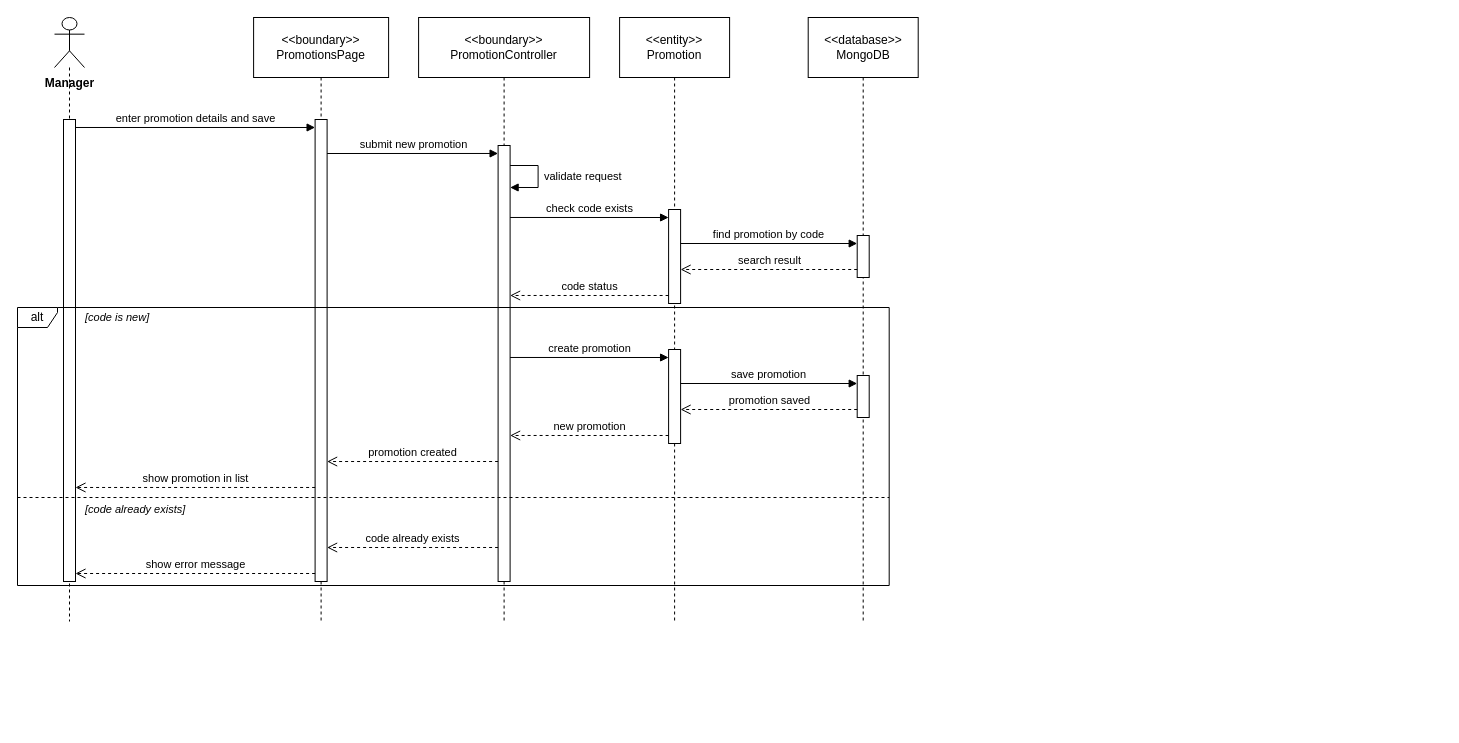
This is final/diagrams/M1_Inventory-And-Pricing_Diagrams/sequence_diagrams/SD-03_UC-M20_CreatePromotionCode.drawio from toikobi401/SWD392, a draw.io file, before an edit. Source tidied: cells renumbered, new cells numbered last; positions are measured from the earlier drawing's top-left corner, leaving out a move shared by most shapes. Both pictures are drawn from the tidied source at 100%, with x=0, y=0 at pixel (17, 17).
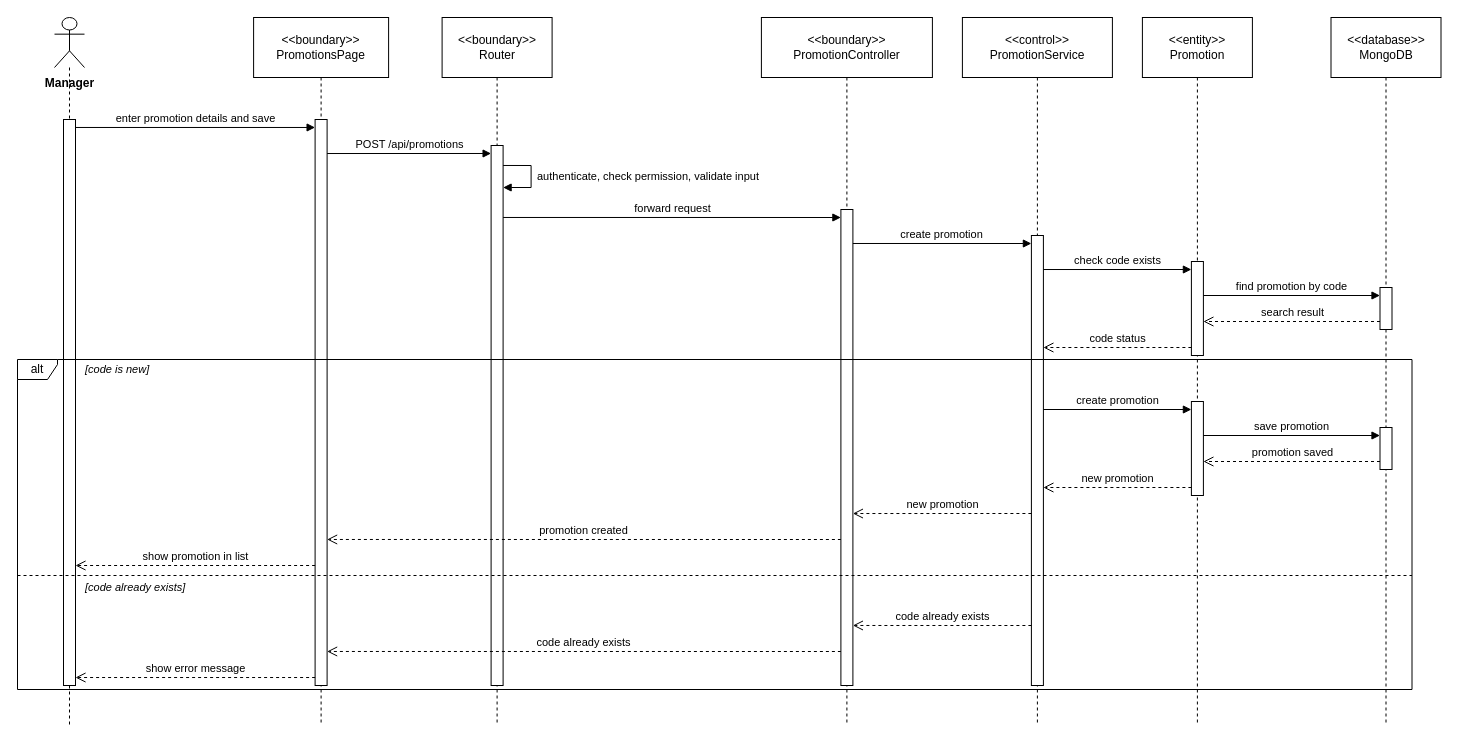
The same diagram, later.

The edit, as a diff of the source:
```diff
@@
     <mxCell id="2" value="Manager" style="shape=umlLifeline;participant=umlActor;perimeter=lifelinePerimeter;whiteSpace=nowrap;html=1;verticalAlign=top;spacingTop=52;size=50;fontStyle=1;" parent="1" vertex="1">
-      <mxGeometry x="37" width="30" height="604" as="geometry" />
+      <mxGeometry x="37" width="30" height="708" as="geometry" />
     </mxCell>
     <mxCell id="3" value="&amp;lt;&amp;lt;boundary&amp;gt;&amp;gt;&lt;br&gt;PromotionsPage" style="shape=umlLifeline;perimeter=lifelinePerimeter;whiteSpace=wrap;html=1;size=60;" parent="1" vertex="1">
-      <mxGeometry x="236.1" width="135" height="604" as="geometry" />
+      <mxGeometry x="236.1" width="135" height="708" as="geometry" />
     </mxCell>
+    <mxCell id="33" value="&amp;lt;&amp;lt;boundary&amp;gt;&amp;gt;&lt;br&gt;Router" style="shape=umlLifeline;perimeter=lifelinePerimeter;whiteSpace=wrap;html=1;size=60;" parent="1" vertex="1">
+      <mxGeometry x="424.6" width="110" height="708" as="geometry" />
+    </mxCell>
     <mxCell id="4" value="&amp;lt;&amp;lt;boundary&amp;gt;&amp;gt;&lt;br&gt;PromotionController" style="shape=umlLifeline;perimeter=lifelinePerimeter;whiteSpace=wrap;html=1;size=60;" parent="1" vertex="1">
-      <mxGeometry x="401.1" width="171" height="604" as="geometry" />
+      <mxGeometry x="743.9" width="171" height="708" as="geometry" />
     </mxCell>
+    <mxCell id="34" value="&amp;lt;&amp;lt;control&amp;gt;&amp;gt;&lt;br&gt;PromotionService" style="shape=umlLifeline;perimeter=lifelinePerimeter;whiteSpace=wrap;html=1;size=60;" parent="1" vertex="1">
+      <mxGeometry x="944.9" width="150" height="708" as="geometry" />
+    </mxCell>
     <mxCell id="5" value="&amp;lt;&amp;lt;entity&amp;gt;&amp;gt;&lt;br&gt;Promotion" style="shape=umlLifeline;perimeter=lifelinePerimeter;whiteSpace=wrap;html=1;size=60;" parent="1" vertex="1">
-      <mxGeometry x="602.1" width="110" height="604" as="geometry" />
+      <mxGeometry x="1124.9" width="110" height="708" as="geometry" />
     </mxCell>
     <mxCell id="6" value="&amp;lt;&amp;lt;database&amp;gt;&amp;gt;&lt;br&gt;MongoDB" style="shape=umlLifeline;perimeter=lifelinePerimeter;whiteSpace=wrap;html=1;size=60;" parent="1" vertex="1">
-      <mxGeometry x="790.7" width="110" height="604" as="geometry" />
+      <mxGeometry x="1313.5" width="110" height="708" as="geometry" />
     </mxCell>
     <mxCell id="7" style="html=1;points=[];perimeter=orthogonalPerimeter;outlineConnect=0;targetShapes=umlLifeline;portConstraint=eastwest;" parent="6" vertex="1">
-      <mxGeometry x="49" y="218" width="12" height="42" as="geometry" />
+      <mxGeometry x="49" y="270" width="12" height="42" as="geometry" />
     </mxCell>
     <mxCell id="8" style="html=1;points=[];perimeter=orthogonalPerimeter;outlineConnect=0;targetShapes=umlLifeline;portConstraint=eastwest;" parent="5" vertex="1">
-      <mxGeometry x="49" y="192" width="12" height="94" as="geometry" />
+      <mxGeometry x="49" y="244" width="12" height="94" as="geometry" />
     </mxCell>
     <mxCell id="9" style="html=1;points=[];perimeter=orthogonalPerimeter;outlineConnect=0;targetShapes=umlLifeline;portConstraint=eastwest;" parent="6" vertex="1">
-      <mxGeometry x="49" y="358" width="12" height="42" as="geometry" />
+      <mxGeometry x="49" y="410" width="12" height="42" as="geometry" />
     </mxCell>
     <mxCell id="10" style="html=1;points=[];perimeter=orthogonalPerimeter;outlineConnect=0;targetShapes=umlLifeline;portConstraint=eastwest;" parent="5" vertex="1">
-      <mxGeometry x="49" y="332" width="12" height="94" as="geometry" />
+      <mxGeometry x="49" y="384" width="12" height="94" as="geometry" />
     </mxCell>
-    <mxCell id="11" style="html=1;points=[];perimeter=orthogonalPerimeter;outlineConnect=0;targetShapes=umlLifeline;portConstraint=eastwest;" parent="4" vertex="1">
-      <mxGeometry x="79.5" y="128" width="12" height="436" as="geometry" />
-    </mxCell>
-    <mxCell id="12" style="html=1;points=[];perimeter=orthogonalPerimeter;outlineConnect=0;targetShapes=umlLifeline;portConstraint=eastwest;" parent="3" vertex="1">
-      <mxGeometry x="61.5" y="102" width="12" height="462" as="geometry" />
-    </mxCell>
-    <mxCell id="13" style="html=1;points=[];perimeter=orthogonalPerimeter;outlineConnect=0;targetShapes=umlLifeline;portConstraint=eastwest;" parent="2" vertex="1">
-      <mxGeometry x="9" y="102" width="12" height="462" as="geometry" />
-    </mxCell>
+    <mxCell id="35" style="html=1;points=[];perimeter=orthogonalPerimeter;outlineConnect=0;targetShapes=umlLifeline;portConstraint=eastwest;" parent="34" vertex="1">
+      <mxGeometry x="69" y="218" width="12" height="450" as="geometry" />
+    </mxCell>
+    <mxCell id="36" style="html=1;points=[];perimeter=orthogonalPerimeter;outlineConnect=0;targetShapes=umlLifeline;portConstraint=eastwest;" parent="4" vertex="1">
+      <mxGeometry x="79.5" y="192" width="12" height="476" as="geometry" />
+    </mxCell>
+    <mxCell id="37" style="html=1;points=[];perimeter=orthogonalPerimeter;outlineConnect=0;targetShapes=umlLifeline;portConstraint=eastwest;" parent="33" vertex="1">
+      <mxGeometry x="49" y="128" width="12" height="540" as="geometry" />
+    </mxCell>
+    <mxCell id="38" style="html=1;points=[];perimeter=orthogonalPerimeter;outlineConnect=0;targetShapes=umlLifeline;portConstraint=eastwest;" parent="3" vertex="1">
+      <mxGeometry x="61.5" y="102" width="12" height="566" as="geometry" />
+    </mxCell>
+    <mxCell id="39" style="html=1;points=[];perimeter=orthogonalPerimeter;outlineConnect=0;targetShapes=umlLifeline;portConstraint=eastwest;" parent="2" vertex="1">
+      <mxGeometry x="9" y="102" width="12" height="566" as="geometry" />
+    </mxCell>
     <mxCell id="14" value="alt" style="shape=umlFrame;whiteSpace=wrap;html=1;width=40;height=20;" parent="1" vertex="1">
-      <mxGeometry y="290" width="871.7" height="278" as="geometry" />
+      <mxGeometry y="342" width="1394.5" height="330" as="geometry" />
     </mxCell>
     <mxCell id="15" style="endArrow=none;dashed=1;html=1;rounded=0;" parent="1" edge="1">
       <mxGeometry relative="1" as="geometry">
-        <mxPoint y="480" as="sourcePoint" />
-        <mxPoint x="871.7" y="480" as="targetPoint" />
+        <mxPoint y="558" as="sourcePoint" />
+        <mxPoint x="1394.5" y="558" as="targetPoint" />
       </mxGeometry>
     </mxCell>
     <mxCell id="16" value="[code is new]" style="text;html=1;align=left;verticalAlign=middle;whiteSpace=nowrap;fontSize=11;fontStyle=2;labelBackgroundColor=#ffffff;" parent="1" vertex="1">
-      <mxGeometry x="66" y="290" width="81.3" height="20" as="geometry" />
+      <mxGeometry x="66" y="342" width="81.3" height="20" as="geometry" />
     </mxCell>
     <mxCell id="17" value="[code already exists]" style="text;html=1;align=left;verticalAlign=middle;whiteSpace=nowrap;fontSize=11;fontStyle=2;labelBackgroundColor=#ffffff;" parent="1" vertex="1">
-      <mxGeometry x="66" y="482" width="131.7" height="20" as="geometry" />
+      <mxGeometry x="66" y="560" width="131.7" height="20" as="geometry" />
     </mxCell>
-    <mxCell id="18" value="enter promotion details and save" style="html=1;verticalAlign=bottom;rounded=0;fontSize=11;endArrow=block;endFill=1;exitX=1;exitY=0.0173;exitDx=0;exitDy=0;exitPerimeter=0;entryX=0;entryY=0.0173;entryDx=0;entryDy=0;entryPerimeter=0;" parent="1" edge="1" source="13" target="12">
+    <mxCell id="18" value="enter promotion details and save" style="html=1;verticalAlign=bottom;rounded=0;fontSize=11;endArrow=block;endFill=1;exitX=1;exitY=0.0141;exitDx=0;exitDy=0;exitPerimeter=0;entryX=0;entryY=0.0141;entryDx=0;entryDy=0;entryPerimeter=0;" parent="1" edge="1" source="39" target="38">
       <mxGeometry relative="1" as="geometry" />
     </mxCell>
-    <mxCell id="19" value="submit new promotion" style="html=1;verticalAlign=bottom;rounded=0;fontSize=11;endArrow=block;endFill=1;exitX=1;exitY=0.0736;exitDx=0;exitDy=0;exitPerimeter=0;entryX=0;entryY=0.0183;entryDx=0;entryDy=0;entryPerimeter=0;" parent="1" edge="1" source="12" target="11">
+    <mxCell id="19" value="POST /api/promotions" style="html=1;verticalAlign=bottom;rounded=0;fontSize=11;endArrow=block;endFill=1;exitX=1;exitY=0.0601;exitDx=0;exitDy=0;exitPerimeter=0;entryX=0;entryY=0.0148;entryDx=0;entryDy=0;entryPerimeter=0;" parent="1" edge="1" source="38" target="37">
       <mxGeometry relative="1" as="geometry" />
     </mxCell>
-    <mxCell id="20" value="validate request" style="html=1;align=left;spacingLeft=4;verticalAlign=middle;endArrow=block;endFill=1;rounded=0;fontSize=11;exitX=1;exitY=0.0459;exitDx=0;exitDy=0;exitPerimeter=0;entryX=1;entryY=0.0963;entryDx=0;entryDy=0;entryPerimeter=0;" parent="1" edge="1" source="11" target="11">
+    <mxCell id="20" value="authenticate, check permission, validate input" style="html=1;align=left;spacingLeft=4;verticalAlign=middle;endArrow=block;endFill=1;rounded=0;fontSize=11;exitX=1;exitY=0.037;exitDx=0;exitDy=0;exitPerimeter=0;entryX=1;entryY=0.0778;entryDx=0;entryDy=0;entryPerimeter=0;" parent="1" edge="1" source="37" target="37">
       <mxGeometry relative="1" as="geometry">
         <Array as="points">
-          <mxPoint x="520.6" y="148" />
-          <mxPoint x="520.6" y="170" />
+          <mxPoint x="513.6" y="148" />
+          <mxPoint x="513.6" y="170" />
         </Array>
       </mxGeometry>
     </mxCell>
-    <mxCell id="21" value="check code exists" style="html=1;verticalAlign=bottom;rounded=0;fontSize=11;endArrow=block;endFill=1;exitX=1;exitY=0.1651;exitDx=0;exitDy=0;exitPerimeter=0;entryX=0;entryY=0.0851;entryDx=0;entryDy=0;entryPerimeter=0;" parent="1" edge="1" source="11" target="8">
+    <mxCell id="21" value="forward request" style="html=1;verticalAlign=bottom;rounded=0;fontSize=11;endArrow=block;endFill=1;exitX=1;exitY=0.1333;exitDx=0;exitDy=0;exitPerimeter=0;entryX=0;entryY=0.0168;entryDx=0;entryDy=0;entryPerimeter=0;" parent="1" edge="1" source="37" target="36">
       <mxGeometry relative="1" as="geometry" />
     </mxCell>
-    <mxCell id="22" value="find promotion by code" style="html=1;verticalAlign=bottom;rounded=0;fontSize=11;endArrow=block;endFill=1;exitX=1;exitY=0.3617;exitDx=0;exitDy=0;exitPerimeter=0;entryX=0;entryY=0.1905;entryDx=0;entryDy=0;entryPerimeter=0;" parent="1" edge="1" source="8" target="7">
+    <mxCell id="22" value="create promotion" style="html=1;verticalAlign=bottom;rounded=0;fontSize=11;endArrow=block;endFill=1;exitX=1;exitY=0.0714;exitDx=0;exitDy=0;exitPerimeter=0;entryX=0;entryY=0.0178;entryDx=0;entryDy=0;entryPerimeter=0;" parent="1" edge="1" source="36" target="35">
       <mxGeometry relative="1" as="geometry" />
     </mxCell>
-    <mxCell id="23" value="search result" style="html=1;verticalAlign=bottom;rounded=0;fontSize=11;dashed=1;endArrow=open;endSize=8;exitX=0;exitY=0.8095;exitDx=0;exitDy=0;exitPerimeter=0;entryX=1;entryY=0.6383;entryDx=0;entryDy=0;entryPerimeter=0;" parent="1" edge="1" source="7" target="8">
+    <mxCell id="23" value="check code exists" style="html=1;verticalAlign=bottom;rounded=0;fontSize=11;endArrow=block;endFill=1;exitX=1;exitY=0.0756;exitDx=0;exitDy=0;exitPerimeter=0;entryX=0;entryY=0.0851;entryDx=0;entryDy=0;entryPerimeter=0;" parent="1" edge="1" source="35" target="8">
       <mxGeometry relative="1" as="geometry" />
     </mxCell>
-    <mxCell id="24" value="code status" style="html=1;verticalAlign=bottom;rounded=0;fontSize=11;dashed=1;endArrow=open;endSize=8;exitX=0;exitY=0.9149;exitDx=0;exitDy=0;exitPerimeter=0;entryX=1;entryY=0.344;entryDx=0;entryDy=0;entryPerimeter=0;" parent="1" edge="1" source="8" target="11">
+    <mxCell id="24" value="find promotion by code" style="html=1;verticalAlign=bottom;rounded=0;fontSize=11;endArrow=block;endFill=1;exitX=1;exitY=0.3617;exitDx=0;exitDy=0;exitPerimeter=0;entryX=0;entryY=0.1905;entryDx=0;entryDy=0;entryPerimeter=0;" parent="1" edge="1" source="8" target="7">
       <mxGeometry relative="1" as="geometry" />
     </mxCell>
-    <mxCell id="25" value="create promotion" style="html=1;verticalAlign=bottom;rounded=0;fontSize=11;endArrow=block;endFill=1;exitX=1;exitY=0.4862;exitDx=0;exitDy=0;exitPerimeter=0;entryX=0;entryY=0.0851;entryDx=0;entryDy=0;entryPerimeter=0;" parent="1" edge="1" source="11" target="10">
+    <mxCell id="25" value="search result" style="html=1;verticalAlign=bottom;rounded=0;fontSize=11;dashed=1;endArrow=open;endSize=8;exitX=0;exitY=0.8095;exitDx=0;exitDy=0;exitPerimeter=0;entryX=1;entryY=0.6383;entryDx=0;entryDy=0;entryPerimeter=0;" parent="1" edge="1" source="7" target="8">
       <mxGeometry relative="1" as="geometry" />
     </mxCell>
-    <mxCell id="26" value="save promotion" style="html=1;verticalAlign=bottom;rounded=0;fontSize=11;endArrow=block;endFill=1;exitX=1;exitY=0.3617;exitDx=0;exitDy=0;exitPerimeter=0;entryX=0;entryY=0.1905;entryDx=0;entryDy=0;entryPerimeter=0;" parent="1" edge="1" source="10" target="9">
+    <mxCell id="26" value="code status" style="html=1;verticalAlign=bottom;rounded=0;fontSize=11;dashed=1;endArrow=open;endSize=8;exitX=0;exitY=0.9149;exitDx=0;exitDy=0;exitPerimeter=0;entryX=1;entryY=0.2489;entryDx=0;entryDy=0;entryPerimeter=0;" parent="1" edge="1" source="8" target="35">
       <mxGeometry relative="1" as="geometry" />
     </mxCell>
-    <mxCell id="27" value="promotion saved" style="html=1;verticalAlign=bottom;rounded=0;fontSize=11;dashed=1;endArrow=open;endSize=8;exitX=0;exitY=0.8095;exitDx=0;exitDy=0;exitPerimeter=0;entryX=1;entryY=0.6383;entryDx=0;entryDy=0;entryPerimeter=0;" parent="1" edge="1" source="9" target="10">
+    <mxCell id="27" value="create promotion" style="html=1;verticalAlign=bottom;rounded=0;fontSize=11;endArrow=block;endFill=1;exitX=1;exitY=0.3867;exitDx=0;exitDy=0;exitPerimeter=0;entryX=0;entryY=0.0851;entryDx=0;entryDy=0;entryPerimeter=0;" parent="1" edge="1" source="35" target="10">
       <mxGeometry relative="1" as="geometry" />
     </mxCell>
-    <mxCell id="28" value="new promotion" style="html=1;verticalAlign=bottom;rounded=0;fontSize=11;dashed=1;endArrow=open;endSize=8;exitX=0;exitY=0.9149;exitDx=0;exitDy=0;exitPerimeter=0;entryX=1;entryY=0.6651;entryDx=0;entryDy=0;entryPerimeter=0;" parent="1" edge="1" source="10" target="11">
+    <mxCell id="28" value="save promotion" style="html=1;verticalAlign=bottom;rounded=0;fontSize=11;endArrow=block;endFill=1;exitX=1;exitY=0.3617;exitDx=0;exitDy=0;exitPerimeter=0;entryX=0;entryY=0.1905;entryDx=0;entryDy=0;entryPerimeter=0;" parent="1" edge="1" source="10" target="9">
       <mxGeometry relative="1" as="geometry" />
     </mxCell>
-    <mxCell id="29" value="promotion created" style="html=1;verticalAlign=bottom;rounded=0;fontSize=11;dashed=1;endArrow=open;endSize=8;exitX=0;exitY=0.7248;exitDx=0;exitDy=0;exitPerimeter=0;entryX=1;entryY=0.7403;entryDx=0;entryDy=0;entryPerimeter=0;" parent="1" edge="1" source="11" target="12">
+    <mxCell id="29" value="promotion saved" style="html=1;verticalAlign=bottom;rounded=0;fontSize=11;dashed=1;endArrow=open;endSize=8;exitX=0;exitY=0.8095;exitDx=0;exitDy=0;exitPerimeter=0;entryX=1;entryY=0.6383;entryDx=0;entryDy=0;entryPerimeter=0;" parent="1" edge="1" source="9" target="10">
       <mxGeometry relative="1" as="geometry" />
     </mxCell>
-    <mxCell id="30" value="show promotion in list" style="html=1;verticalAlign=bottom;rounded=0;fontSize=11;dashed=1;endArrow=open;endSize=8;exitX=0;exitY=0.7965;exitDx=0;exitDy=0;exitPerimeter=0;entryX=1;entryY=0.7965;entryDx=0;entryDy=0;entryPerimeter=0;" parent="1" edge="1" source="12" target="13">
+    <mxCell id="30" value="new promotion" style="html=1;verticalAlign=bottom;rounded=0;fontSize=11;dashed=1;endArrow=open;endSize=8;exitX=0;exitY=0.9149;exitDx=0;exitDy=0;exitPerimeter=0;entryX=1;entryY=0.56;entryDx=0;entryDy=0;entryPerimeter=0;" parent="1" edge="1" source="10" target="35">
       <mxGeometry relative="1" as="geometry" />
     </mxCell>
-    <mxCell id="31" value="code already exists" style="html=1;verticalAlign=bottom;rounded=0;fontSize=11;dashed=1;endArrow=open;endSize=8;exitX=0;exitY=0.922;exitDx=0;exitDy=0;exitPerimeter=0;entryX=1;entryY=0.9264;entryDx=0;entryDy=0;entryPerimeter=0;" parent="1" edge="1" source="11" target="12">
+    <mxCell id="31" value="new promotion" style="html=1;verticalAlign=bottom;rounded=0;fontSize=11;dashed=1;endArrow=open;endSize=8;exitX=0;exitY=0.6178;exitDx=0;exitDy=0;exitPerimeter=0;entryX=1;entryY=0.6387;entryDx=0;entryDy=0;entryPerimeter=0;" parent="1" edge="1" source="35" target="36">
       <mxGeometry relative="1" as="geometry" />
     </mxCell>
-    <mxCell id="32" value="show error message" style="html=1;verticalAlign=bottom;rounded=0;fontSize=11;dashed=1;endArrow=open;endSize=8;exitX=0;exitY=0.9827;exitDx=0;exitDy=0;exitPerimeter=0;entryX=1;entryY=0.9827;entryDx=0;entryDy=0;entryPerimeter=0;" parent="1" edge="1" source="12" target="13">
+    <mxCell id="32" value="promotion created" style="html=1;verticalAlign=bottom;rounded=0;fontSize=11;dashed=1;endArrow=open;endSize=8;exitX=0;exitY=0.6933;exitDx=0;exitDy=0;exitPerimeter=0;entryX=1;entryY=0.742;entryDx=0;entryDy=0;entryPerimeter=0;" parent="1" edge="1" source="36" target="38">
       <mxGeometry relative="1" as="geometry" />
     </mxCell>
+    <mxCell id="40" value="show promotion in list" style="html=1;verticalAlign=bottom;rounded=0;fontSize=11;dashed=1;endArrow=open;endSize=8;exitX=0;exitY=0.788;exitDx=0;exitDy=0;exitPerimeter=0;entryX=1;entryY=0.788;entryDx=0;entryDy=0;entryPerimeter=0;" parent="1" edge="1" source="38" target="39">
+      <mxGeometry relative="1" as="geometry" />
+    </mxCell>
+    <mxCell id="41" value="code already exists" style="html=1;verticalAlign=bottom;rounded=0;fontSize=11;dashed=1;endArrow=open;endSize=8;exitX=0;exitY=0.8667;exitDx=0;exitDy=0;exitPerimeter=0;entryX=1;entryY=0.8739;entryDx=0;entryDy=0;entryPerimeter=0;" parent="1" edge="1" source="35" target="36">
+      <mxGeometry relative="1" as="geometry" />
+    </mxCell>
+    <mxCell id="42" value="code already exists" style="html=1;verticalAlign=bottom;rounded=0;fontSize=11;dashed=1;endArrow=open;endSize=8;exitX=0;exitY=0.9286;exitDx=0;exitDy=0;exitPerimeter=0;entryX=1;entryY=0.9399;entryDx=0;entryDy=0;entryPerimeter=0;" parent="1" edge="1" source="36" target="38">
+      <mxGeometry relative="1" as="geometry" />
+    </mxCell>
+    <mxCell id="43" value="show error message" style="html=1;verticalAlign=bottom;rounded=0;fontSize=11;dashed=1;endArrow=open;endSize=8;exitX=0;exitY=0.9859;exitDx=0;exitDy=0;exitPerimeter=0;entryX=1;entryY=0.9859;entryDx=0;entryDy=0;entryPerimeter=0;" parent="1" edge="1" source="38" target="39">
+      <mxGeometry relative="1" as="geometry" />
+    </mxCell>
```
